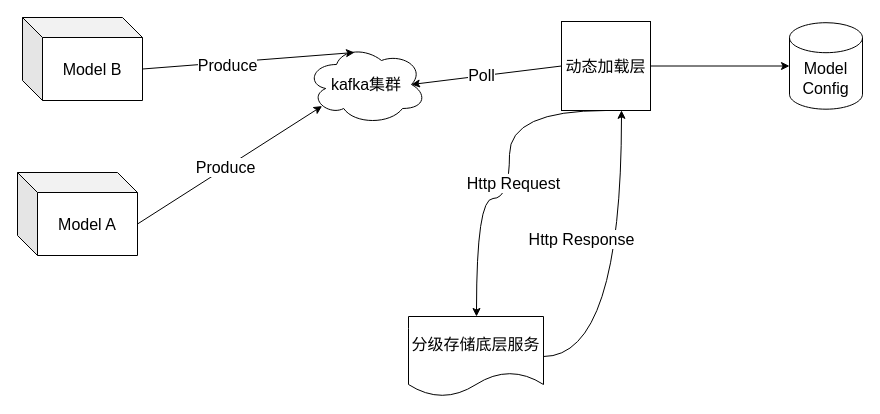
Above: page "一期" (1 of 2) of dynamic_load.drawio in ydh12356890/DiDiDraw (draw.io), before the change. Source tidied: cells renumbered, new cells numbered last; positions are measured from the earlier drawing's top-left corner, leaving out a move shared by most shapes. Both pictures are drawn from the tidied source at 100%, with x=0, y=0 at pixel (17, 17).
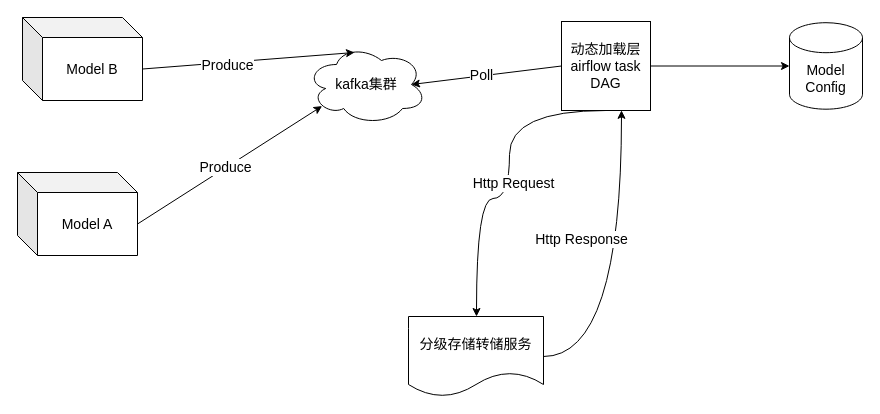
The same diagram, later.

Diff of the diagram source:
```diff
@@
-    <mxCell id="2" value="kafka集群" style="ellipse;shape=cloud;whiteSpace=wrap;html=1;fontSize=16;" parent="1" vertex="1">
+    <mxCell id="2" value="kafka集群" style="ellipse;shape=cloud;whiteSpace=wrap;html=1;fontSize=14;" parent="1" vertex="1">
       <mxGeometry x="289" y="27" width="120" height="80" as="geometry" />
     </mxCell>
-    <mxCell id="3" value="Model A" style="shape=cube;whiteSpace=wrap;html=1;boundedLbl=1;backgroundOutline=1;darkOpacity=0.05;darkOpacity2=0.1;fontSize=16;" parent="1" vertex="1">
+    <mxCell id="3" value="Model A" style="shape=cube;whiteSpace=wrap;html=1;boundedLbl=1;backgroundOutline=1;darkOpacity=0.05;darkOpacity2=0.1;fontSize=14;" parent="1" vertex="1">
       <mxGeometry y="155" width="120" height="83" as="geometry" />
     </mxCell>
-    <mxCell id="4" style="rounded=0;jettySize=auto;html=1;exitX=0.5;exitY=1;exitDx=0;exitDy=0;edgeStyle=orthogonalEdgeStyle;curved=1;fontSize=16;" parent="1" edge="1" source="7" target="8">
+    <mxCell id="4" style="rounded=0;jettySize=auto;html=1;exitX=0.5;exitY=1;exitDx=0;exitDy=0;edgeStyle=orthogonalEdgeStyle;curved=1;fontSize=14;" parent="1" edge="1" source="7" target="8">
       <mxGeometry relative="1" as="geometry">
         <Array as="points">
           <mxPoint x="492" y="93" />
           <mxPoint x="492" y="181" />
           <mxPoint x="459" y="181" />
         </Array>
       </mxGeometry>
     </mxCell>
-    <mxCell id="5" value="Http Request" style="edgeLabel;html=1;align=center;verticalAlign=middle;fontSize=16;" parent="4" vertex="1">
+    <mxCell id="5" value="Http Request" style="edgeLabel;html=1;align=center;verticalAlign=middle;fontSize=14;" parent="4" vertex="1">
       <mxGeometry x="0.01" y="2" relative="1" as="geometry">
         <mxPoint x="1" as="offset" />
       </mxGeometry>
     </mxCell>
-    <mxCell id="6" style="edgeStyle=orthogonalEdgeStyle;rounded=0;jettySize=auto;html=1;exitX=1;exitY=0.5;exitDx=0;exitDy=0;" parent="1" edge="1" source="7" target="18">
+    <mxCell id="6" style="edgeStyle=orthogonalEdgeStyle;rounded=0;jettySize=auto;html=1;exitX=1;exitY=0.5;exitDx=0;exitDy=0;fontSize=14;" parent="1" edge="1" source="7" target="18">
       <mxGeometry relative="1" as="geometry" />
     </mxCell>
-    <mxCell id="7" value="动态加载层" style="whiteSpace=wrap;html=1;fontSize=16;" parent="1" vertex="1">
+    <mxCell id="7" value="&lt;span&gt;动态加载层airflow task DAG&lt;/span&gt;" style="whiteSpace=wrap;html=1;fontSize=14;" parent="1" vertex="1">
       <mxGeometry x="544" y="4" width="89" height="89" as="geometry" />
     </mxCell>
-    <mxCell id="8" value="分级存储底层服务" style="shape=document;whiteSpace=wrap;html=1;boundedLbl=1;fontSize=16;" parent="1" vertex="1">
+    <mxCell id="8" value="分级存储转储服务" style="shape=document;whiteSpace=wrap;html=1;boundedLbl=1;fontSize=14;" parent="1" vertex="1">
       <mxGeometry x="391" y="299" width="135" height="80" as="geometry" />
     </mxCell>
-    <mxCell id="9" style="rounded=0;jettySize=auto;html=1;entryX=0.13;entryY=0.77;entryDx=0;entryDy=0;entryPerimeter=0;exitX=0;exitY=0;exitDx=120;exitDy=51.5;exitPerimeter=0;fontSize=16;" parent="1" edge="1" source="3" target="2">
+    <mxCell id="9" style="rounded=0;jettySize=auto;html=1;entryX=0.13;entryY=0.77;entryDx=0;entryDy=0;entryPerimeter=0;exitX=0;exitY=0;exitDx=120;exitDy=51.5;exitPerimeter=0;fontSize=14;" parent="1" edge="1" source="3" target="2">
       <mxGeometry relative="1" as="geometry" />
     </mxCell>
-    <mxCell id="10" value="Produce" style="edgeLabel;html=1;align=center;verticalAlign=middle;fontSize=16;" parent="9" vertex="1">
+    <mxCell id="10" value="Produce" style="edgeLabel;html=1;align=center;verticalAlign=middle;fontSize=14;" parent="9" vertex="1">
       <mxGeometry x="-0.05" relative="1" as="geometry">
         <mxPoint y="-1" as="offset" />
       </mxGeometry>
     </mxCell>
-    <mxCell id="11" style="rounded=0;jettySize=auto;html=1;exitX=0;exitY=0.5;exitDx=0;exitDy=0;entryX=0.875;entryY=0.5;entryDx=0;entryDy=0;entryPerimeter=0;fontSize=16;" parent="1" edge="1" source="7" target="2">
+    <mxCell id="11" style="rounded=0;jettySize=auto;html=1;exitX=0;exitY=0.5;exitDx=0;exitDy=0;entryX=0.875;entryY=0.5;entryDx=0;entryDy=0;entryPerimeter=0;fontSize=14;" parent="1" edge="1" source="7" target="2">
       <mxGeometry relative="1" as="geometry" />
     </mxCell>
-    <mxCell id="12" value="Poll" style="edgeLabel;html=1;align=center;verticalAlign=middle;fontSize=16;" parent="11" vertex="1">
+    <mxCell id="12" value="Poll" style="edgeLabel;html=1;align=center;verticalAlign=middle;fontSize=14;" parent="11" vertex="1">
       <mxGeometry x="0.07" y="-1" relative="1" as="geometry" />
     </mxCell>
-    <mxCell id="13" style="edgeStyle=orthogonalEdgeStyle;rounded=0;jettySize=auto;html=1;exitX=1;exitY=0.5;exitDx=0;exitDy=0;entryX=0.674;entryY=0.998;entryDx=0;entryDy=0;entryPerimeter=0;curved=1;fontSize=16;" parent="1" edge="1" source="8" target="7">
+    <mxCell id="13" style="edgeStyle=orthogonalEdgeStyle;rounded=0;jettySize=auto;html=1;exitX=1;exitY=0.5;exitDx=0;exitDy=0;entryX=0.674;entryY=0.998;entryDx=0;entryDy=0;entryPerimeter=0;curved=1;fontSize=14;" parent="1" edge="1" source="8" target="7">
       <mxGeometry relative="1" as="geometry" />
     </mxCell>
-    <mxCell id="14" value="Http Response" style="edgeLabel;html=1;align=center;verticalAlign=middle;fontSize=16;" parent="13" vertex="1">
+    <mxCell id="14" value="Http Response" style="edgeLabel;html=1;align=center;verticalAlign=middle;fontSize=14;" parent="13" vertex="1">
       <mxGeometry x="0.21" y="40" relative="1" as="geometry" />
     </mxCell>
-    <mxCell id="15" value="Model B" style="shape=cube;whiteSpace=wrap;html=1;boundedLbl=1;backgroundOutline=1;darkOpacity=0.05;darkOpacity2=0.1;fontSize=16;" parent="1" vertex="1">
+    <mxCell id="15" value="Model B" style="shape=cube;whiteSpace=wrap;html=1;boundedLbl=1;backgroundOutline=1;darkOpacity=0.05;darkOpacity2=0.1;fontSize=14;" parent="1" vertex="1">
       <mxGeometry x="5" width="120" height="83" as="geometry" />
     </mxCell>
-    <mxCell id="16" style="rounded=0;jettySize=auto;html=1;exitX=0;exitY=0;exitDx=120;exitDy=51.5;exitPerimeter=0;entryX=0.4;entryY=0.1;entryDx=0;entryDy=0;entryPerimeter=0;fontSize=16;" parent="1" edge="1" source="15" target="2">
+    <mxCell id="16" style="rounded=0;jettySize=auto;html=1;exitX=0;exitY=0;exitDx=120;exitDy=51.5;exitPerimeter=0;entryX=0.4;entryY=0.1;entryDx=0;entryDy=0;entryPerimeter=0;fontSize=14;" parent="1" edge="1" source="15" target="2">
       <mxGeometry relative="1" as="geometry" />
     </mxCell>
-    <mxCell id="17" value="Produce" style="edgeLabel;html=1;align=center;verticalAlign=middle;fontSize=16;" parent="16" vertex="1">
+    <mxCell id="17" value="Produce" style="edgeLabel;html=1;align=center;verticalAlign=middle;fontSize=14;" parent="16" vertex="1">
       <mxGeometry x="-0.2" y="-3" relative="1" as="geometry" />
     </mxCell>
-    <mxCell id="18" value="Model Config" style="shape=cylinder3;whiteSpace=wrap;html=1;boundedLbl=1;backgroundOutline=1;size=15;fontSize=16;" parent="1" vertex="1">
+    <mxCell id="18" value="Model Config" style="shape=cylinder3;whiteSpace=wrap;html=1;boundedLbl=1;backgroundOutline=1;size=15;fontSize=14;" parent="1" vertex="1">
       <mxGeometry x="772" y="5.2" width="73" height="86.5" as="geometry" />
     </mxCell>
```
